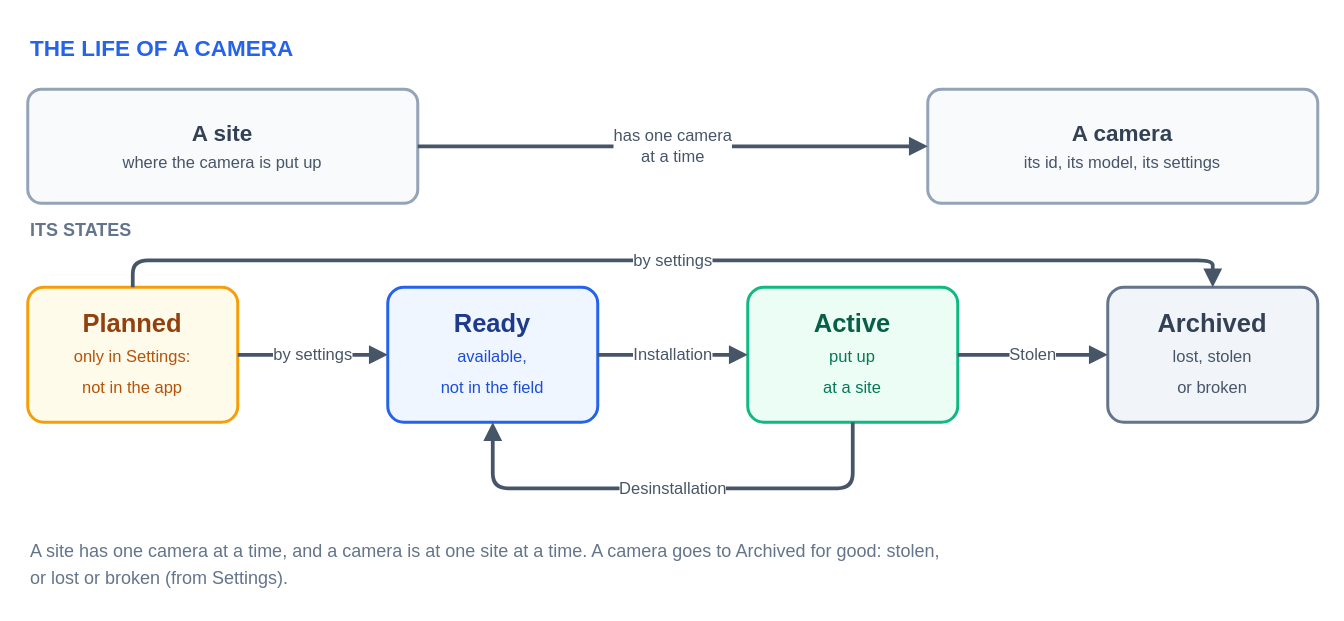
This is docs/img/camera.drawio from wildintelproject/wildintel-uploader, a draw.io file, before an edit. Source tidied: cells renumbered, new cells numbered last; positions are measured from the earlier drawing's top-left corner, leaving out a move shared by most shapes. Both pictures are drawn from the tidied source at 150%, with x=0, y=0 at pixel (27, 26).
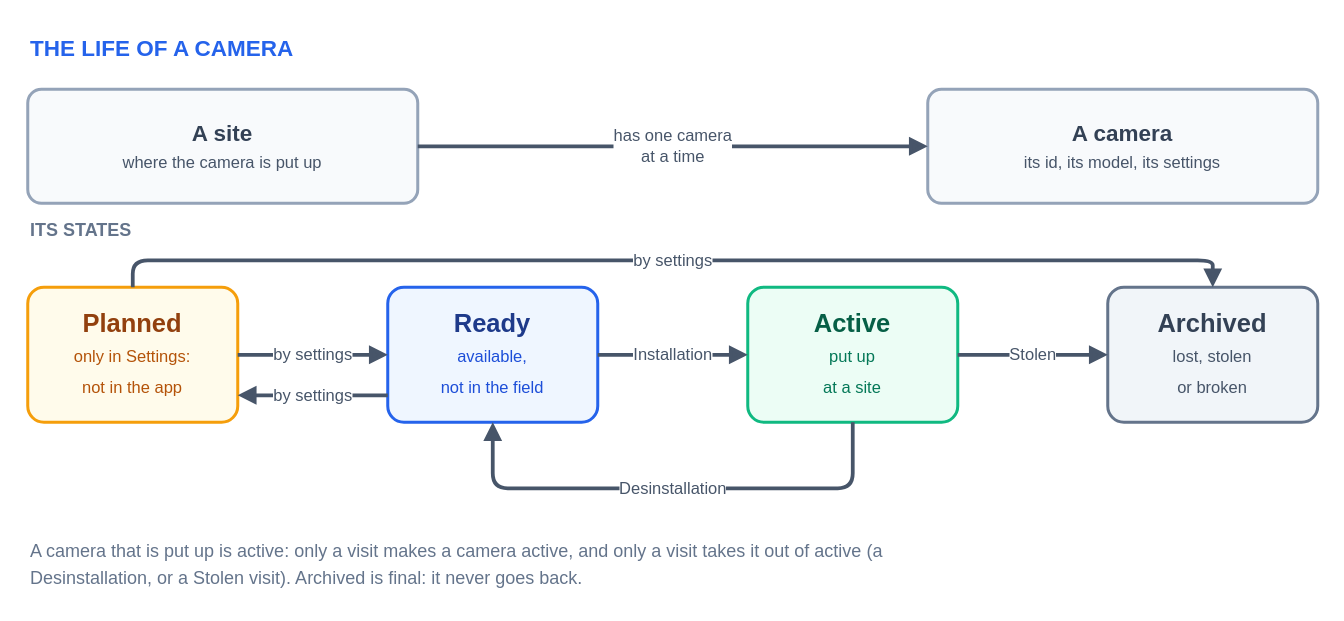
The same page after the edit.

Unchanged cells that the change refers to:
```xml
<mxCell id="7" value="&lt;b&gt;Planned&lt;/b&gt;&lt;br&gt;&lt;font style=&quot;font-size:11px&quot; color=&quot;#b45309&quot;&gt;only in Settings:&lt;br&gt;not in the app&lt;/font&gt;" style="rounded=1;arcSize=12;whiteSpace=wrap;html=1;fillColor=#fffbeb;strokeColor=#f59e0b;strokeWidth=2;fontColor=#92400e;fontSize=17;" parent="1" vertex="1">
  <mxGeometry y="174" width="140" height="90" as="geometry" />
</mxCell>
<mxCell id="8" value="&lt;b&gt;Ready&lt;/b&gt;&lt;br&gt;&lt;font style=&quot;font-size:11px&quot; color=&quot;#1d4ed8&quot;&gt;available,&lt;br&gt;not in the field&lt;/font&gt;" style="rounded=1;arcSize=12;whiteSpace=wrap;html=1;fillColor=#eff6ff;strokeColor=#2563eb;strokeWidth=2;fontColor=#1e3a8a;fontSize=17;" parent="1" vertex="1">
  <mxGeometry x="240" y="174" width="140" height="90" as="geometry" />
</mxCell>
<mxCell id="9" value="&lt;b&gt;Active&lt;/b&gt;&lt;br&gt;&lt;font style=&quot;font-size:11px&quot; color=&quot;#047857&quot;&gt;put up&lt;br&gt;at a site&lt;/font&gt;" style="rounded=1;arcSize=12;whiteSpace=wrap;html=1;fillColor=#ecfdf5;strokeColor=#10b981;strokeWidth=2;fontColor=#065f46;fontSize=17;" parent="1" vertex="1">
  <mxGeometry x="480" y="174" width="140" height="90" as="geometry" />
</mxCell>
```

What changed in the source:
```diff
@@
-    <mxCell id="15" value="Desinstallation" style="edgeStyle=orthogonalEdgeStyle;rounded=1;html=1;endArrow=block;endFill=1;strokeColor=#475569;strokeWidth=2.5;fontSize=11;fontColor=#475569;labelBackgroundColor=#ffffff;exitX=0.5;exitY=1;exitDx=0;exitDy=0;entryX=0.5;entryY=1;entryDx=0;entryDy=0;" parent="1" edge="1" source="9" target="8">
-      <mxGeometry relative="1" as="geometry">
-        <Array as="points">
-          <mxPoint x="550" y="308" />
-          <mxPoint x="310" y="308" />
-        </Array>
-      </mxGeometry>
+    <mxCell id="15" value="by settings" style="edgeStyle=orthogonalEdgeStyle;rounded=1;html=1;endArrow=block;endFill=1;strokeColor=#475569;strokeWidth=2.5;fontSize=11;fontColor=#475569;labelBackgroundColor=#ffffff;exitX=0;exitY=0.8;exitDx=0;exitDy=0;entryX=1;entryY=0.8;entryDx=0;entryDy=0;" parent="1" edge="1" source="8" target="7">
+      <mxGeometry relative="1" as="geometry" />
     </mxCell>
-    <mxCell id="16" value="A site has one camera at a time, and a camera is at one site at a time. A camera goes to Archived for good: stolen," style="text;html=1;fontSize=12;fontColor=#64748b;fontStyle=0;align=left;verticalAlign=middle;spacingLeft=0;" parent="1" vertex="1">
-      <mxGeometry y="338" width="860" height="24" as="geometry" />
+    <mxCell id="16" value="Desinstallation" style="edgeStyle=orthogonalEdgeStyle;rounded=1;html=1;endArrow=block;endFill=1;strokeColor=#475569;strokeWidth=2.5;fontSize=11;fontColor=#475569;labelBackgroundColor=#ffffff;exitX=0.5;exitY=1;exitDx=0;exitDy=0;entryX=0.5;entryY=1;entryDx=0;entryDy=0;" parent="1" edge="1" source="9" target="8">
+      <mxGeometry relative="1" as="geometry">
+        <Array as="points">
+          <mxPoint x="550" y="308" />
+          <mxPoint x="310" y="308" />
+        </Array>
+      </mxGeometry>
     </mxCell>
-    <mxCell id="17" value="or lost or broken (from Settings)." style="text;html=1;fontSize=12;fontColor=#64748b;fontStyle=0;align=left;verticalAlign=middle;spacingLeft=0;" parent="1" vertex="1">
-      <mxGeometry y="356" width="860" height="24" as="geometry" />
+    <mxCell id="17" value="A camera that is put up is active: only a visit makes a camera active, and only a visit takes it out of active (a" style="text;html=1;fontSize=12;fontColor=#64748b;fontStyle=0;align=left;verticalAlign=middle;spacingLeft=0;" parent="1" vertex="1">
+      <mxGeometry y="338" width="860" height="24" as="geometry" />
     </mxCell>
+    <mxCell id="18" value="Desinstallation, or a Stolen visit). Archived is final: it never goes back." style="text;html=1;fontSize=12;fontColor=#64748b;fontStyle=0;align=left;verticalAlign=middle;spacingLeft=0;" parent="1" vertex="1">
+      <mxGeometry y="356" width="860" height="24" as="geometry" />
+    </mxCell>
```
